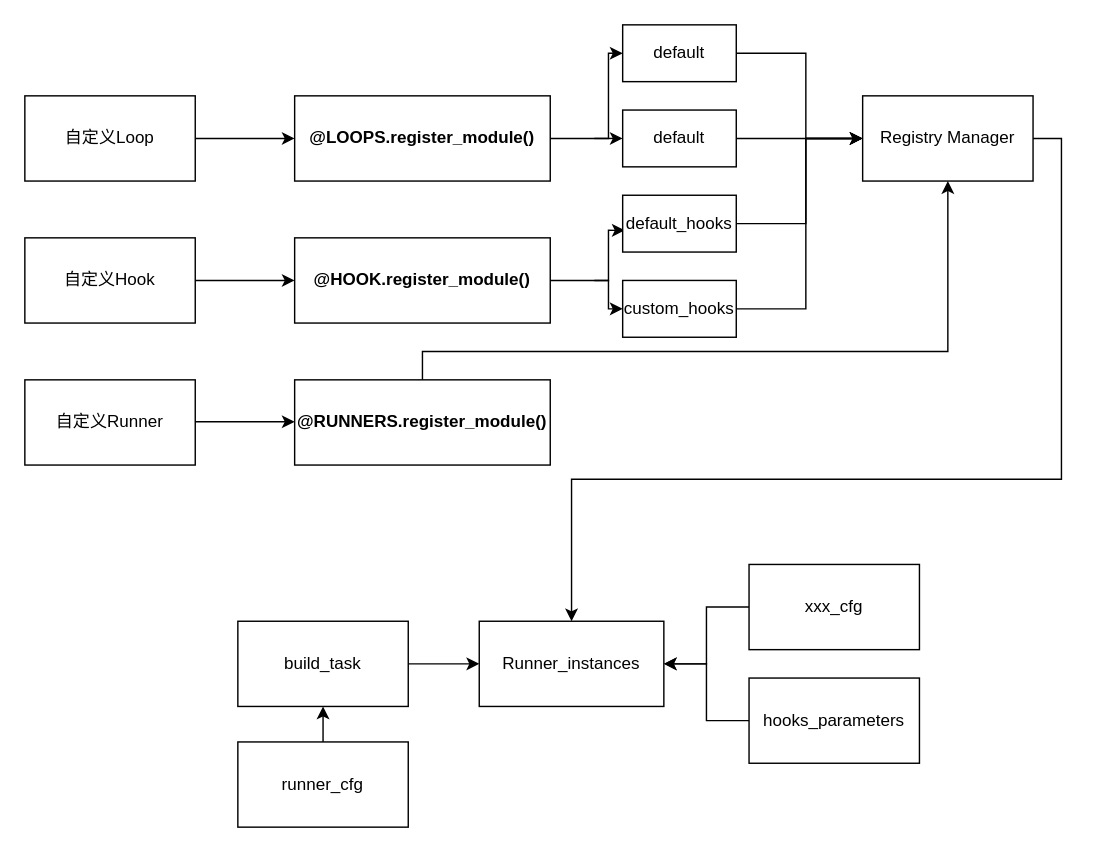
paleblackless/diagrams keeps this draw.io diagram as mmengine执行器.drawio. Above is the earlier version. Source tidied: cells renumbered, new cells numbered last; positions are measured from the earlier drawing's top-left corner, leaving out a move shared by most shapes. Both pictures are drawn from the tidied source at 142%, with x=0, y=0 at pixel (24, 24).
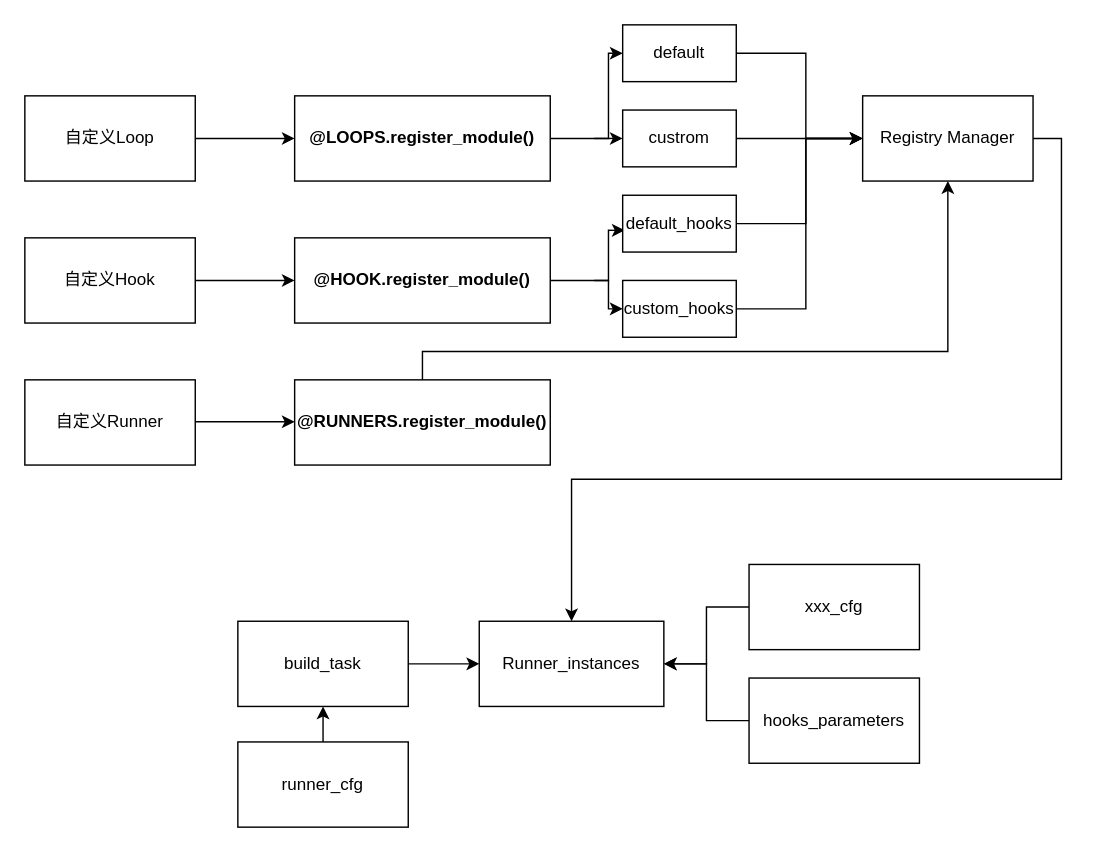
Above is the later version.

Commit message (it also covers changes not shown here):
更新mmengine执行器.drawio

Diff of the diagram source:
```diff
@@
-    <mxCell id="25" value="default" style="rounded=0;whiteSpace=wrap;html=1;" parent="1" vertex="1">
+    <mxCell id="25" value="custrom" style="rounded=0;whiteSpace=wrap;html=1;" parent="1" vertex="1">
       <mxGeometry x="421" y="60" width="80" height="40" as="geometry" />
     </mxCell>
```
